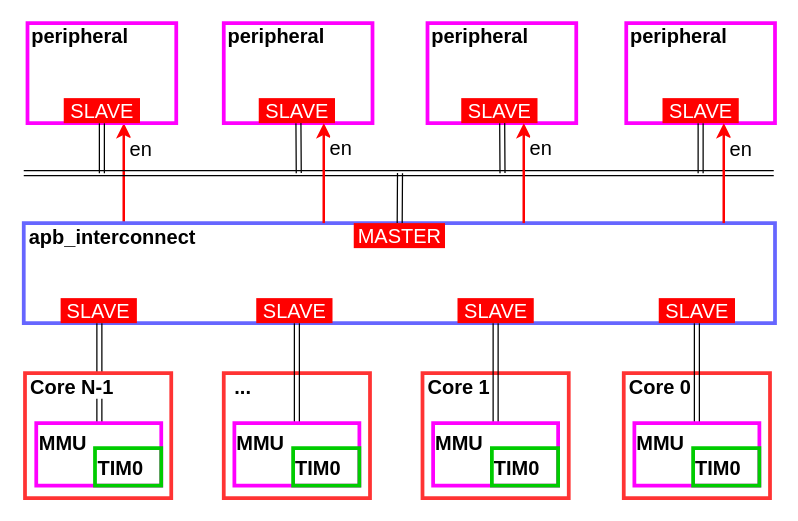
This is docs/img/interconnold.drawio from bendl/vmicro16, a draw.io file, before an edit. Source tidied: cells renumbered, new cells numbered last; positions are measured from the earlier drawing's top-left corner, leaving out a move shared by most shapes. Both pictures are drawn from the tidied source at 125%, with x=0, y=0 at pixel (24, 22).
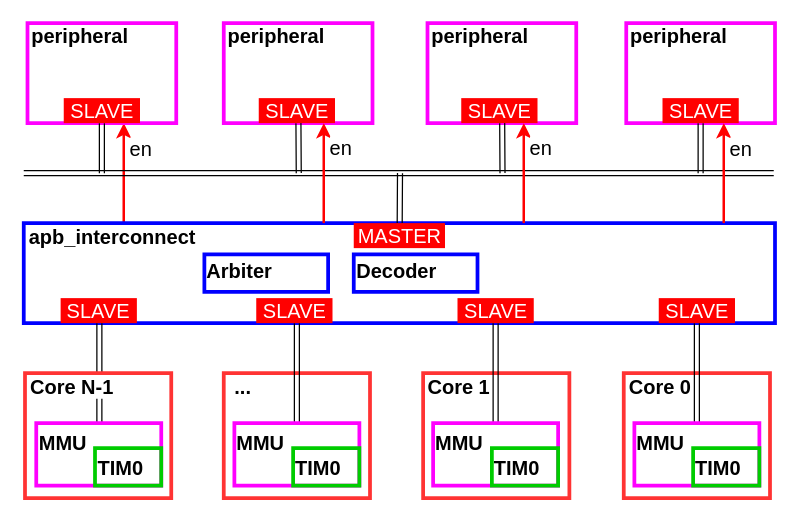
The same diagram, later.

What changed in the source:
```diff
@@
     <mxCell id="3" value="Core 1" style="rounded=0;whiteSpace=wrap;html=1;strokeColor=#FF3333;strokeWidth=3;fillColor=none;fontSize=16;align=left;fontStyle=1;verticalAlign=top;fontFamily=Helvetica;spacing=4;spacingTop=-7;" parent="1" vertex="1">
-      <mxGeometry x="318.5" y="280" width="117" height="100" as="geometry" />
+      <mxGeometry x="319" y="280" width="117" height="100" as="geometry" />
     </mxCell>
@@
-    <mxCell id="7" value="apb_interconnect" style="rounded=0;whiteSpace=wrap;html=1;strokeColor=#6666FF;strokeWidth=3;fillColor=none;fontSize=16;align=left;fontStyle=1;verticalAlign=top;fontFamily=Helvetica;spacing=4;spacingTop=-7;" parent="1" vertex="1">
+    <mxCell id="7" value="apb_interconnect" style="rounded=0;whiteSpace=wrap;html=1;strokeColor=#0000FF;strokeWidth=3;fillColor=none;fontSize=16;align=left;fontStyle=1;verticalAlign=top;fontFamily=Helvetica;spacing=4;spacingTop=-7;" parent="1" vertex="1">
       <mxGeometry x="-0.5" y="160" width="601" height="80" as="geometry" />
     </mxCell>
@@
+    <mxCell id="45" value="Arbiter" style="rounded=0;whiteSpace=wrap;html=1;strokeColor=#0000FF;align=left;strokeWidth=3;fontStyle=1;verticalAlign=top;spacing=2;spacingTop=-3;fontSize=16;" parent="1" vertex="1">
+      <mxGeometry x="144" y="185" width="99" height="30" as="geometry" />
+    </mxCell>
+    <mxCell id="46" value="Decoder" style="rounded=0;whiteSpace=wrap;html=1;strokeColor=#0000FF;align=left;strokeWidth=3;fontStyle=1;verticalAlign=top;spacing=2;spacingTop=-3;fontSize=16;" parent="1" vertex="1">
+      <mxGeometry x="263.5" y="185" width="99" height="30" as="geometry" />
+    </mxCell>
```
